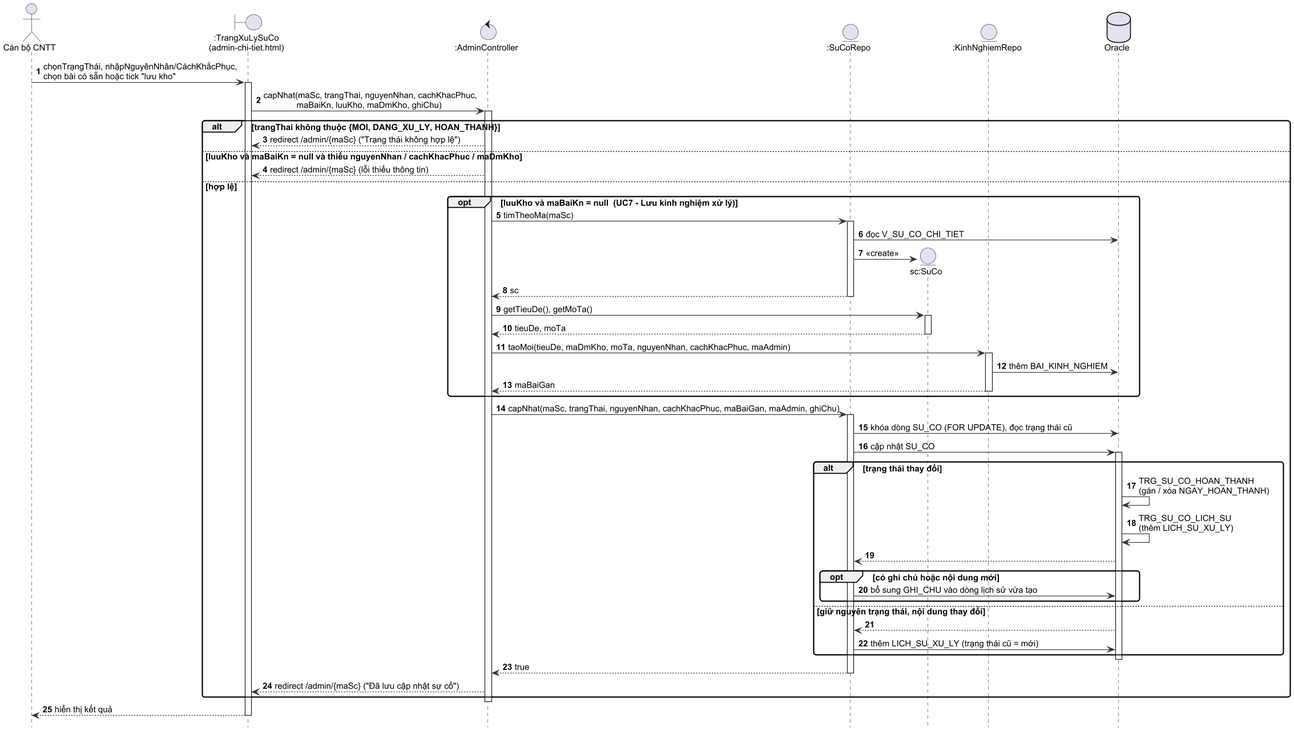
Earlier version of the PlantUML export docs/uml/h3_2b_sd_uc6_uc7.png (greyd254/IMS_TEST).
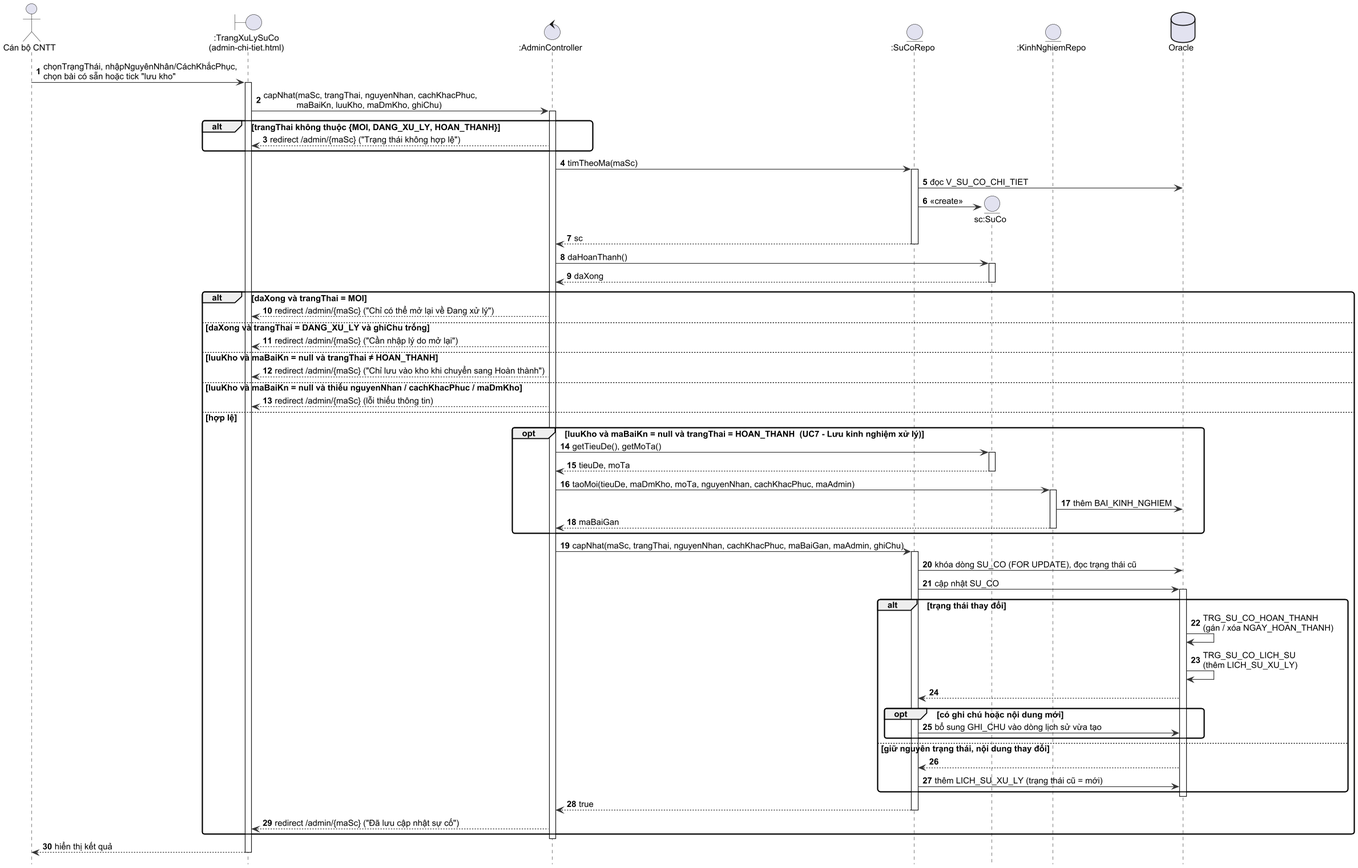
Later version of the same file.

What changed in the source:
```diff
@@ -16,17 +16,28 @@
 activate C
 alt trangThai không thuộc {MOI, DANG_XU_LY, HOAN_THANH}
   C --> B : redirect /admin/{maSc} ("Trạng thái không hợp lệ")
+end
+C -> SR : timTheoMa(maSc)
+activate SR
+SR -> DB : đọc V_SU_CO_CHI_TIET
+create SC
+SR -> SC : «create»
+SR --> C : sc
+deactivate SR
+C -> SC : daHoanThanh()
+activate SC
+SC --> C : daXong
+deactivate SC
+alt daXong và trangThai = MOI
+  C --> B : redirect /admin/{maSc} ("Chỉ có thể mở lại về Đang xử lý")
+else daXong và trangThai = DANG_XU_LY và ghiChu trống
+  C --> B : redirect /admin/{maSc} ("Cần nhập lý do mở lại")
+else luuKho và maBaiKn = null và trangThai ≠ HOAN_THANH
+  C --> B : redirect /admin/{maSc} ("Chỉ lưu vào kho khi chuyển sang Hoàn thành")
 else luuKho và maBaiKn = null và thiếu nguyenNhan / cachKhacPhuc / maDmKho
   C --> B : redirect /admin/{maSc} (lỗi thiếu thông tin)
 else hợp lệ
-  opt luuKho và maBaiKn = null  (UC7 - Lưu kinh nghiệm xử lý)
-    C -> SR : timTheoMa(maSc)
-    activate SR
-    SR -> DB : đọc V_SU_CO_CHI_TIET
-    create SC
-    SR -> SC : «create»
-    SR --> C : sc
-    deactivate SR
+  opt luuKho và maBaiKn = null và trangThai = HOAN_THANH  (UC7 - Lưu kinh nghiệm xử lý)
     C -> SC : getTieuDe(), getMoTa()
     activate SC
     SC --> C : tieuDe, moTa
```
